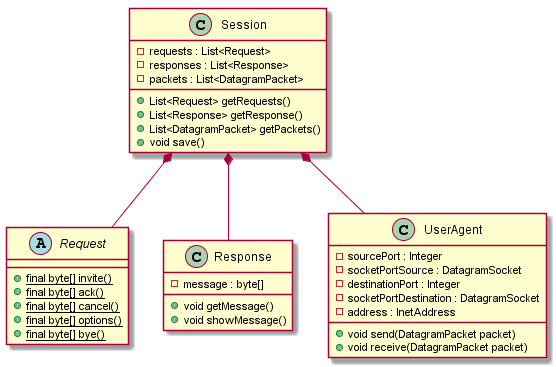
The PlantUML diagram src/main/resources/ClassDiagram/ClassDiagram.png in danielepelleg/VoIP, before a commit. Its diagram source:
```plantuml
@startuml

abstract class Request {
    + {static} final byte[] invite()
    + {static} final byte[] ack()
    + {static} final byte[] cancel()
    + {static} final byte[] options()
    + {static} final byte[] bye()
}

class Response {
    - message : byte[]
    + void getMessage()
    + void showMessage()
}

class UserAgent{
    - sourcePort : Integer
    - socketPortSource : DatagramSocket
    - destinationPort : Integer
    - socketPortDestination : DatagramSocket
    - address : InetAddress
    + void send(DatagramPacket packet)
    + void receive(DatagramPacket packet)
}

class Session{
    - requests : List<Request>
    - responses : List<Response>
    - packets : List<DatagramPacket>
    + List<Request> getRequests()
    + List<Response> getResponse()
    + List<DatagramPacket> getPackets()
    + void save()
}

Session *-- Request
Session *-- Response
Session *-- UserAgent
@enduml
```
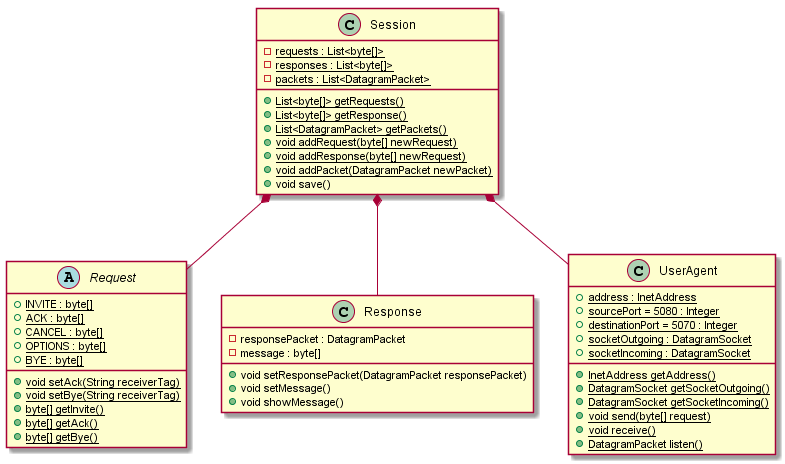
After the change.

The edit, as a diff of the source:
```diff
@@ -1,40 +1,55 @@
 @startuml
 
 abstract class Request {
-    + {static} final byte[] invite()
-    + {static} final byte[] ack()
-    + {static} final byte[] cancel()
-    + {static} final byte[] options()
-    + {static} final byte[] bye()
+    + {static} INVITE : byte[]
+    + {static} ACK : byte[]
+    + {static} CANCEL : byte[]
+    + {static} OPTIONS : byte[]
+    + {static} BYE : byte[]
+    + {static} void setAck(String receiverTag)
+    + {static} void setBye(String receiverTag)
+    + {static} byte[] getInvite()
+    + {static} byte[] getAck()
+    + {static} byte[] getBye()
 }
 
 class Response {
+    - responsePacket : DatagramPacket
     - message : byte[]
-    + void getMessage()
+    + void setResponsePacket(DatagramPacket responsePacket)
+    + void setMessage()
     + void showMessage()
 }
 
 class UserAgent{
-    - sourcePort : Integer
-    - socketPortSource : DatagramSocket
-    - destinationPort : Integer
-    - socketPortDestination : DatagramSocket
-    - address : InetAddress
-    + void send(DatagramPacket packet)
-    + void receive(DatagramPacket packet)
+    + {static} address : InetAddress
+    + {static} sourcePort = 5080 : Integer
+    + {static} destinationPort = 5070 : Integer
+    + {static} socketOutgoing : DatagramSocket
+    + {static} socketIncoming : DatagramSocket
+    + {static} InetAddress getAddress()
+    + {static} DatagramSocket getSocketOutgoing()
+    + {static} DatagramSocket getSocketIncoming()
+    + {static} void send(byte[] request)
+    + {static} void receive()
+    + {static} DatagramPacket listen()
 }
 
 class Session{
-    - requests : List<Request>
-    - responses : List<Response>
-    - packets : List<DatagramPacket>
-    + List<Request> getRequests()
-    + List<Response> getResponse()
-    + List<DatagramPacket> getPackets()
+    - {static} requests : List<byte[]>
+    - {static} responses : List<byte[]>
+    - {static} packets : List<DatagramPacket>
+    + {static} List<byte[]> getRequests()
+    + {static} List<byte[]> getResponse()
+    + {static} List<DatagramPacket> getPackets()
+    + {static} void addRequest(byte[] newRequest)
+    + {static} void addResponse(byte[] newRequest)
+    + {static} void addPacket(DatagramPacket newPacket)
     + void save()
 }
 
 Session *-- Request
 Session *-- Response
 Session *-- UserAgent
+
 @enduml
```
